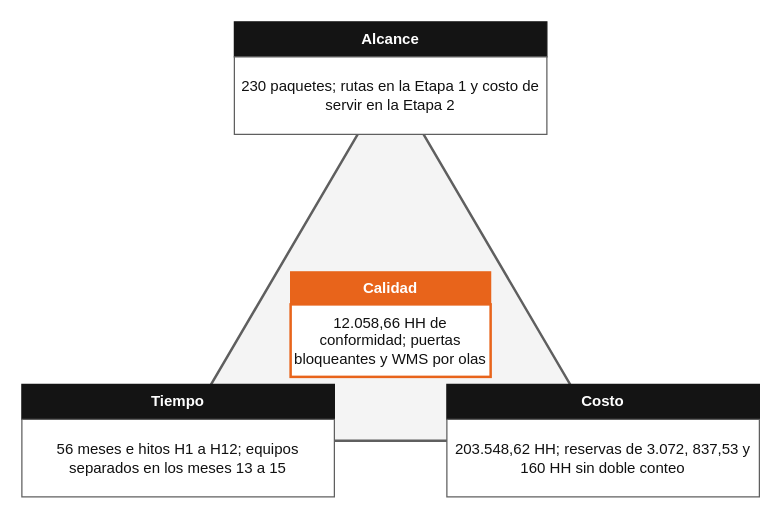
PatricioH315/LafroX keeps this draw.io diagram as subdocumento-14/figuras/fuentes/equilibrio.drawio. Above is the earlier version. Source tidied: cells renumbered, new cells numbered last; positions are measured from the earlier drawing's top-left corner, leaving out a move shared by most shapes. Both pictures are drawn from the tidied source at 125%, with x=0, y=0 at pixel (21, 21).
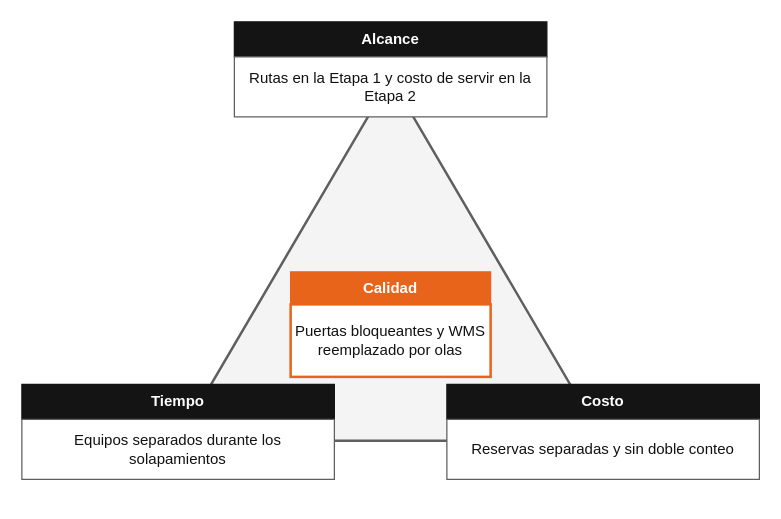
Above is the later version.

Change to the diagram source:
```diff
@@
 <mxGraphModel>
   <root>
     <mxCell id="0" />
     <mxCell id="1" parent="0" />
     <mxCell id="2" style="triangle;direction=north;whiteSpace=wrap;html=1;fillColor=#F4F4F4;strokeColor=#5F5F5F;strokeWidth=2;" parent="1" vertex="1">
       <mxGeometry x="125" y="45" width="340" height="290" as="geometry" />
     </mxCell>
     <mxCell id="3" value="Alcance" style="rounded=0;whiteSpace=wrap;html=1;fontFamily=Helvetica;fontSize=12;fontColor=#111111;strokeColor=#5F5F5F;spacing=4;fillColor=#141414;fontColor=#FFFFFF;strokeColor=#141414;fontStyle=1;" parent="1" vertex="1">
       <mxGeometry x="170" width="250" height="28" as="geometry" />
     </mxCell>
-    <mxCell id="4" value="230 paquetes; rutas en la Etapa 1 y costo de servir en la Etapa 2" style="rounded=0;whiteSpace=wrap;html=1;fontFamily=Helvetica;fontSize=12;fontColor=#111111;strokeColor=#5F5F5F;spacing=4;fillColor=#FFFFFF;" parent="1" vertex="1">
-      <mxGeometry x="170" y="28" width="250" height="62" as="geometry" />
+    <mxCell id="4" value="Rutas en la Etapa 1 y costo de servir en la Etapa 2" style="rounded=0;whiteSpace=wrap;html=1;fontFamily=Helvetica;fontSize=12;fontColor=#111111;strokeColor=#5F5F5F;spacing=4;fillColor=#FFFFFF;" parent="1" vertex="1">
+      <mxGeometry x="170" y="28" width="250" height="48" as="geometry" />
     </mxCell>
     <mxCell id="5" value="Tiempo" style="rounded=0;whiteSpace=wrap;html=1;fontFamily=Helvetica;fontSize=12;fontColor=#111111;strokeColor=#5F5F5F;spacing=4;fillColor=#141414;fontColor=#FFFFFF;strokeColor=#141414;fontStyle=1;" parent="1" vertex="1">
       <mxGeometry y="290" width="250" height="28" as="geometry" />
     </mxCell>
-    <mxCell id="6" value="56 meses e hitos H1 a H12; equipos separados en los meses 13 a 15" style="rounded=0;whiteSpace=wrap;html=1;fontFamily=Helvetica;fontSize=12;fontColor=#111111;strokeColor=#5F5F5F;spacing=4;fillColor=#FFFFFF;" parent="1" vertex="1">
-      <mxGeometry y="318" width="250" height="62" as="geometry" />
+    <mxCell id="6" value="Equipos separados durante los solapamientos" style="rounded=0;whiteSpace=wrap;html=1;fontFamily=Helvetica;fontSize=12;fontColor=#111111;strokeColor=#5F5F5F;spacing=4;fillColor=#FFFFFF;" parent="1" vertex="1">
+      <mxGeometry y="318" width="250" height="48" as="geometry" />
     </mxCell>
     <mxCell id="7" value="Costo" style="rounded=0;whiteSpace=wrap;html=1;fontFamily=Helvetica;fontSize=12;fontColor=#111111;strokeColor=#5F5F5F;spacing=4;fillColor=#141414;fontColor=#FFFFFF;strokeColor=#141414;fontStyle=1;" parent="1" vertex="1">
       <mxGeometry x="340" y="290" width="250" height="28" as="geometry" />
     </mxCell>
-    <mxCell id="8" value="203.548,62 HH; reservas de 3.072, 837,53 y 160 HH sin doble conteo" style="rounded=0;whiteSpace=wrap;html=1;fontFamily=Helvetica;fontSize=12;fontColor=#111111;strokeColor=#5F5F5F;spacing=4;fillColor=#FFFFFF;" parent="1" vertex="1">
-      <mxGeometry x="340" y="318" width="250" height="62" as="geometry" />
+    <mxCell id="8" value="Reservas separadas y sin doble conteo" style="rounded=0;whiteSpace=wrap;html=1;fontFamily=Helvetica;fontSize=12;fontColor=#111111;strokeColor=#5F5F5F;spacing=4;fillColor=#FFFFFF;" parent="1" vertex="1">
+      <mxGeometry x="340" y="318" width="250" height="48" as="geometry" />
     </mxCell>
     <mxCell id="9" value="Calidad" style="rounded=0;whiteSpace=wrap;html=1;fontFamily=Helvetica;fontSize=12;fontColor=#111111;strokeColor=#5F5F5F;spacing=4;fillColor=#E8641B;fontColor=#FFFFFF;strokeColor=#E8641B;fontStyle=1;" parent="1" vertex="1">
       <mxGeometry x="215" y="200" width="160" height="26" as="geometry" />
     </mxCell>
-    <mxCell id="10" value="12.058,66 HH de conformidad; puertas bloqueantes y WMS por olas" style="rounded=0;whiteSpace=wrap;html=1;fontFamily=Helvetica;fontSize=12;fontColor=#111111;strokeColor=#5F5F5F;spacing=4;fillColor=#FFFFFF;strokeColor=#E8641B;strokeWidth=2;" parent="1" vertex="1">
+    <mxCell id="10" value="Puertas bloqueantes y WMS reemplazado por olas" style="rounded=0;whiteSpace=wrap;html=1;fontFamily=Helvetica;fontSize=12;fontColor=#111111;strokeColor=#5F5F5F;spacing=4;fillColor=#FFFFFF;strokeColor=#E8641B;strokeWidth=2;" parent="1" vertex="1">
       <mxGeometry x="215" y="226" width="160" height="58" as="geometry" />
     </mxCell>
   </root>
 </mxGraphModel>
```
